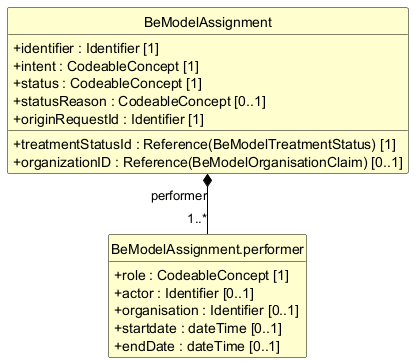
The PlantUML diagram exports/diagrams/BeModelAssignment-uml.png in caresets/caresets-src, before a commit. The source it was exported from:
```plantuml
@startuml
skinparam shadowing false
skinparam classAttributeIconSize 0
skinparam linetype ortho
skinparam class {
  BackgroundColor #FEFECE
  BorderColor #000000
  ArrowColor #000000
  FontStyle bold
  AttributeFontStyle normal
}
hide circle
hide empty members

class "BeModelAssignment" as BeModelAssignment {
  +identifier : Identifier [1]
  +intent : CodeableConcept [1]
  +status : CodeableConcept [1]
  +statusReason : CodeableConcept [0..1]
  +originRequestId : Identifier [1]
  +treatmentStatusId : Reference(BeModelTreatmentStatus) [1]
  +organizationID : Reference(BeModelOrganisationClaim) [0..1]
}

class "BeModelAssignment.performer" as BeModelAssignment_performer {
  +role : CodeableConcept [1]
  +actor : Identifier [0..1]
  +organisation : Identifier [0..1]
  +startdate : dateTime [0..1]
  +endDate : dateTime [0..1]
}

BeModelAssignment *-- "1..*" BeModelAssignment_performer : performer
@enduml
```
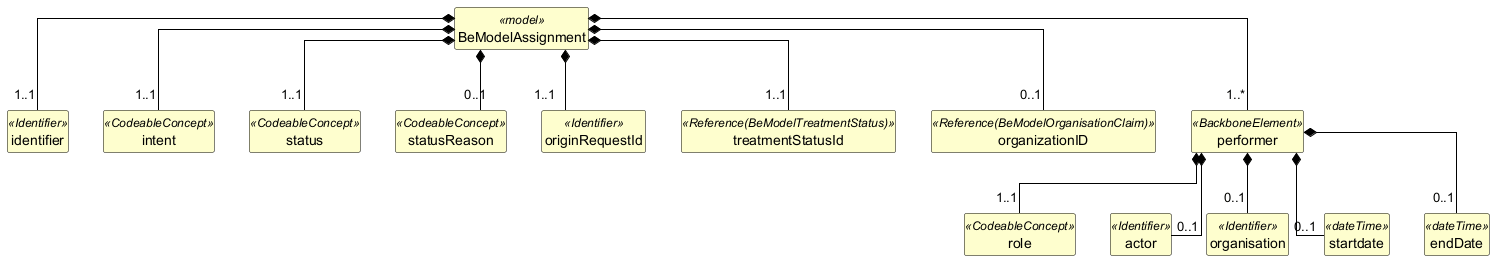
After the change.

What changed in the source:
```diff
@@ -12,23 +12,59 @@
 hide circle
 hide empty members
 
-class "BeModelAssignment" as BeModelAssignment {
-  +identifier : Identifier [1]
-  +intent : CodeableConcept [1]
-  +status : CodeableConcept [1]
-  +statusReason : CodeableConcept [0..1]
-  +originRequestId : Identifier [1]
-  +treatmentStatusId : Reference(BeModelTreatmentStatus) [1]
-  +organizationID : Reference(BeModelOrganisationClaim) [0..1]
+class "BeModelAssignment" as BeModelAssignment <<model>> {
 }
 
-class "BeModelAssignment.performer" as BeModelAssignment_performer {
-  +role : CodeableConcept [1]
-  +actor : Identifier [0..1]
-  +organisation : Identifier [0..1]
-  +startdate : dateTime [0..1]
-  +endDate : dateTime [0..1]
+class "identifier" as BeModelAssignment_identifier <<Identifier>> {
 }
 
-BeModelAssignment *-- "1..*" BeModelAssignment_performer : performer
+class "intent" as BeModelAssignment_intent <<CodeableConcept>> {
+}
+
+class "status" as BeModelAssignment_status <<CodeableConcept>> {
+}
+
+class "statusReason" as BeModelAssignment_statusReason <<CodeableConcept>> {
+}
+
+class "originRequestId" as BeModelAssignment_originRequestId <<Identifier>> {
+}
+
+class "treatmentStatusId" as BeModelAssignment_treatmentStatusId <<Reference(BeModelTreatmentStatus)>> {
+}
+
+class "organizationID" as BeModelAssignment_organizationID <<Reference(BeModelOrganisationClaim)>> {
+}
+
+class "performer" as BeModelAssignment_performer <<BackboneElement>> {
+}
+
+class "role" as BeModelAssignment_performer_role <<CodeableConcept>> {
+}
+
+class "actor" as BeModelAssignment_performer_actor <<Identifier>> {
+}
+
+class "organisation" as BeModelAssignment_performer_organisation <<Identifier>> {
+}
+
+class "startdate" as BeModelAssignment_performer_startdate <<dateTime>> {
+}
+
+class "endDate" as BeModelAssignment_performer_endDate <<dateTime>> {
+}
+
+BeModelAssignment *-- "1..1" BeModelAssignment_identifier
+BeModelAssignment *-- "1..1" BeModelAssignment_intent
+BeModelAssignment *-- "1..1" BeModelAssignment_status
+BeModelAssignment *-- "0..1" BeModelAssignment_statusReason
+BeModelAssignment *-- "1..1" BeModelAssignment_originRequestId
+BeModelAssignment *-- "1..1" BeModelAssignment_treatmentStatusId
+BeModelAssignment *-- "0..1" BeModelAssignment_organizationID
+BeModelAssignment *-- "1..*" BeModelAssignment_performer
+BeModelAssignment_performer *-- "1..1" BeModelAssignment_performer_role
+BeModelAssignment_performer *-- "0..1" BeModelAssignment_performer_actor
+BeModelAssignment_performer *-- "0..1" BeModelAssignment_performer_organisation
+BeModelAssignment_performer *-- "0..1" BeModelAssignment_performer_startdate
+BeModelAssignment_performer *-- "0..1" BeModelAssignment_performer_endDate
 @enduml
```
